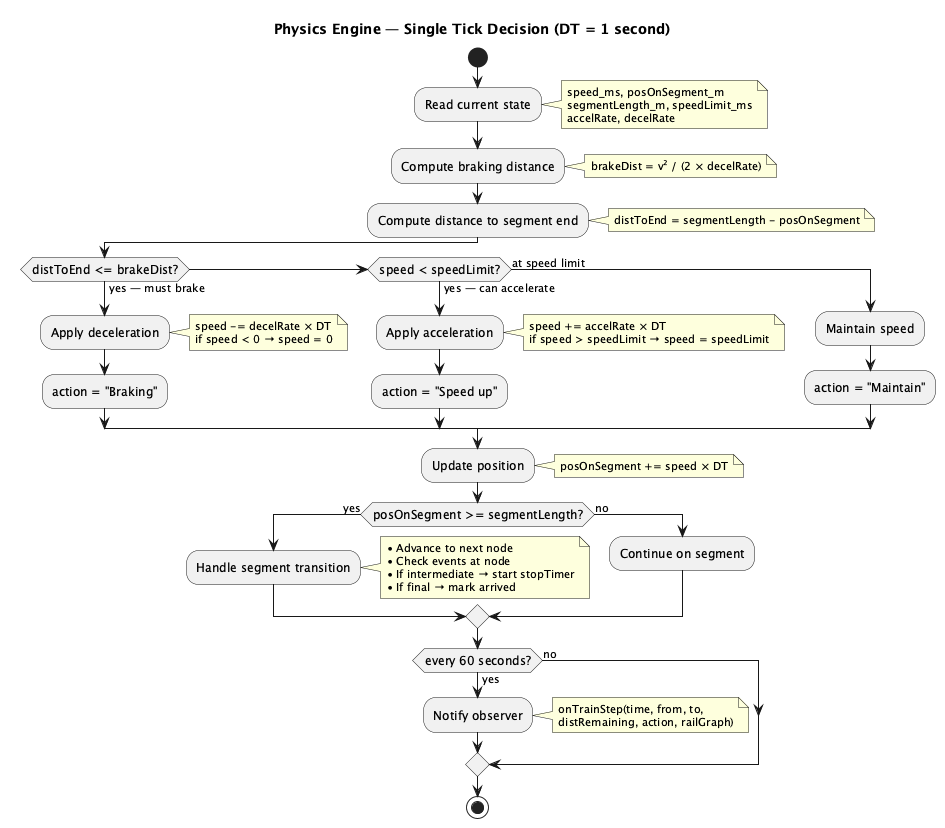
Before: docs/diagrams/activity_physics_tick.png, a diagram exported from PlantUML (abaiao-r/Module_05_Train_yourself). Source of this version:
```plantuml
@startuml activity_physics_tick

skinparam defaultFontSize 11
skinparam shadowing false
skinparam ActivityFontSize 12

title Physics Engine — Single Tick Decision (DT = 1 second)

start

:Read current state;
note right
  speed_ms, posOnSegment_m
  segmentLength_m, speedLimit_ms
  accelRate, decelRate
end note

:Compute braking distance;
note right
  brakeDist = v² / (2 × decelRate)
end note

:Compute distance to segment end;
note right
  distToEnd = segmentLength - posOnSegment
end note

if (distToEnd <= brakeDist?) then (yes — must brake)
  :Apply deceleration;
  note right
    speed -= decelRate × DT
    if speed < 0 → speed = 0
  end note
  :action = "Braking";
elseif (speed < speedLimit?) then (yes — can accelerate)
  :Apply acceleration;
  note right
    speed += accelRate × DT
    if speed > speedLimit → speed = speedLimit
  end note
  :action = "Speed up";
else (at speed limit)
  :Maintain speed;
  :action = "Maintain";
endif

:Update position;
note right
  posOnSegment += speed × DT
end note

if (posOnSegment >= segmentLength?) then (yes)
  :Handle segment transition;
  note right
    • Advance to next node
    • Check events at node
    • If intermediate → start stopTimer
    • If final → mark arrived
  end note
else (no)
  :Continue on segment;
endif

if (every 60 seconds?) then (yes)
  :Notify observer;
  note right
    onTrainStep(time, from, to,
    distRemaining, action, railGraph)
  end note
else (no)
endif

stop

@enduml
```
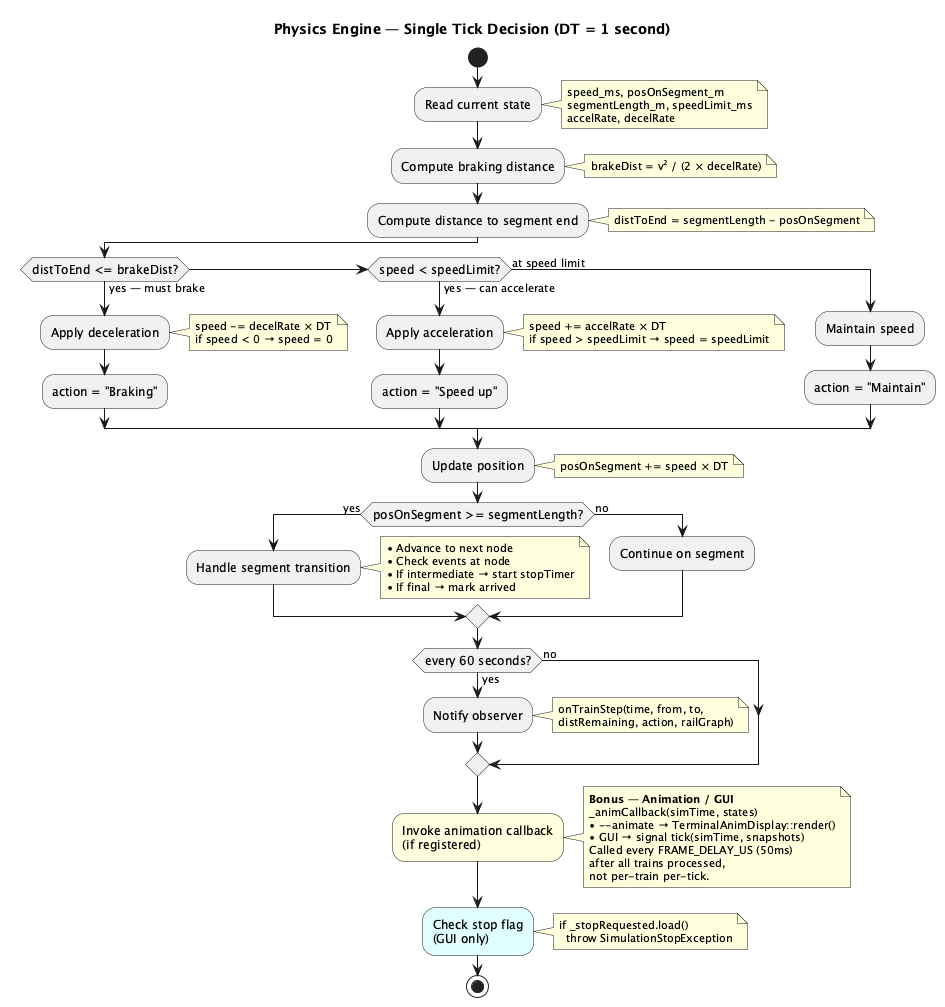
After the change.

Diff of the diagram source:
```diff
@@ -70,6 +70,23 @@
 else (no)
 endif
 
+#LightYellow:Invoke animation callback\n(if registered);
+note right
+  **Bonus — Animation / GUI**
+  _animCallback(simTime, states)
+  • --animate → TerminalAnimDisplay::render()
+  • GUI → signal tick(simTime, snapshots)
+  Called every FRAME_DELAY_US (50ms)
+  after all trains processed,
+  not per-train per-tick.
+end note
+
+#LightCyan:Check stop flag\n(GUI only);
+note right
+  if _stopRequested.load()
+    throw SimulationStopException
+end note
+
 stop
 
 @enduml
```
